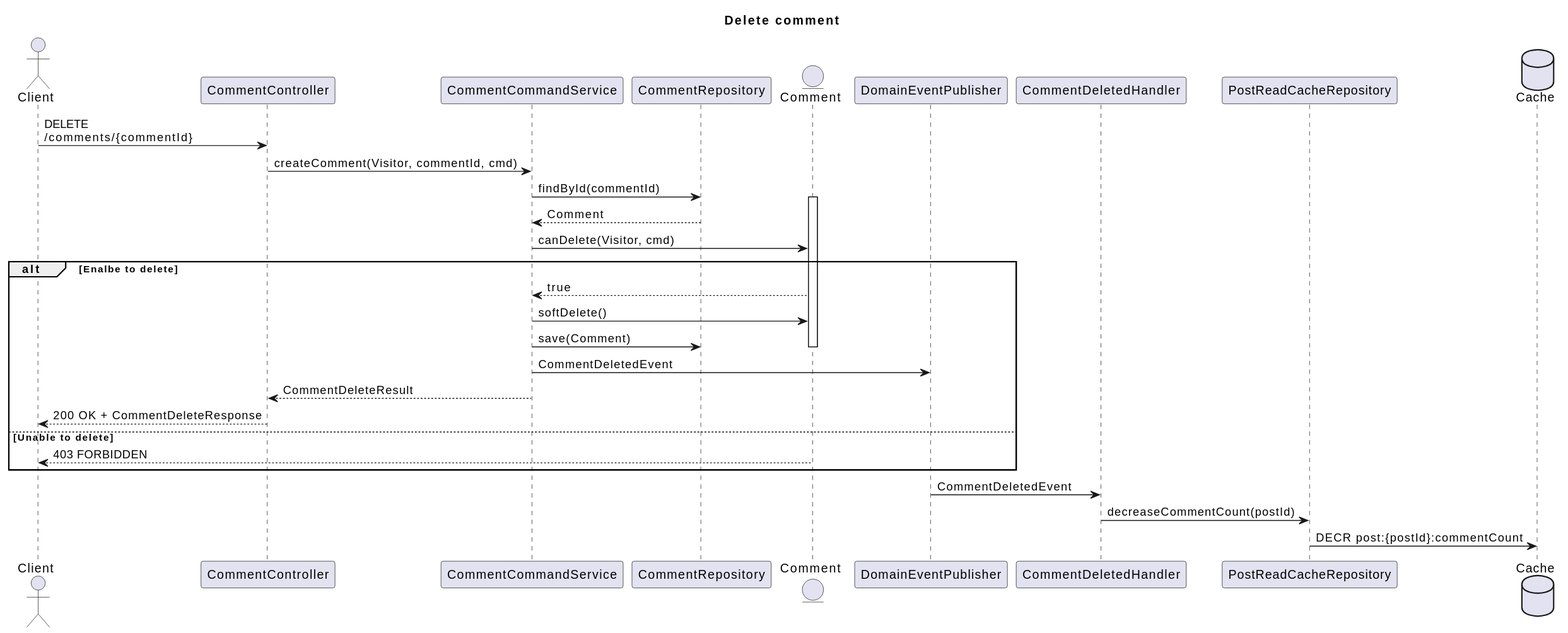
This is document/puml/event/externalAPI/boardContext/commentAggregate/deleteCommentSeq.svg from SimpleBoardTeam/server-hyunchang, a PlantUML export, as it was before one commit. The source it was exported from:
```plantuml
@startuml
title Delete comment

actor Client
participant CommentController
participant CommentCommandService
participant CommentRepository
entity      Comment
participant DomainEventPublisher
participant CommentDeletedHandler
participant PostReadCacheRepository
database Cache

Client -> CommentController : DELETE\n/comments/{commentId}
CommentController -> CommentCommandService : createComment(Visitor, commentId, cmd)
CommentCommandService -> CommentRepository : findById(commentId)
activate Comment
CommentRepository --> CommentCommandService : Comment
CommentCommandService -> Comment : canDelete(Visitor, cmd)
alt Enalbe to delete
Comment --> CommentCommandService : true

CommentCommandService -> Comment : softDelete()
CommentCommandService -> CommentRepository : save(Comment)
deactivate Comment

CommentCommandService -> DomainEventPublisher : CommentDeletedEvent


CommentCommandService --> CommentController : CommentDeleteResult
CommentController --> Client :  200 OK + CommentDeleteResponse
else Unable to delete
Comment --> Client : 403 FORBIDDEN
end

DomainEventPublisher -> CommentDeletedHandler : CommentDeletedEvent
CommentDeletedHandler -> PostReadCacheRepository : decreaseCommentCount(postId)
PostReadCacheRepository -> Cache : DECR post:{postId}:commentCount
@enduml
```
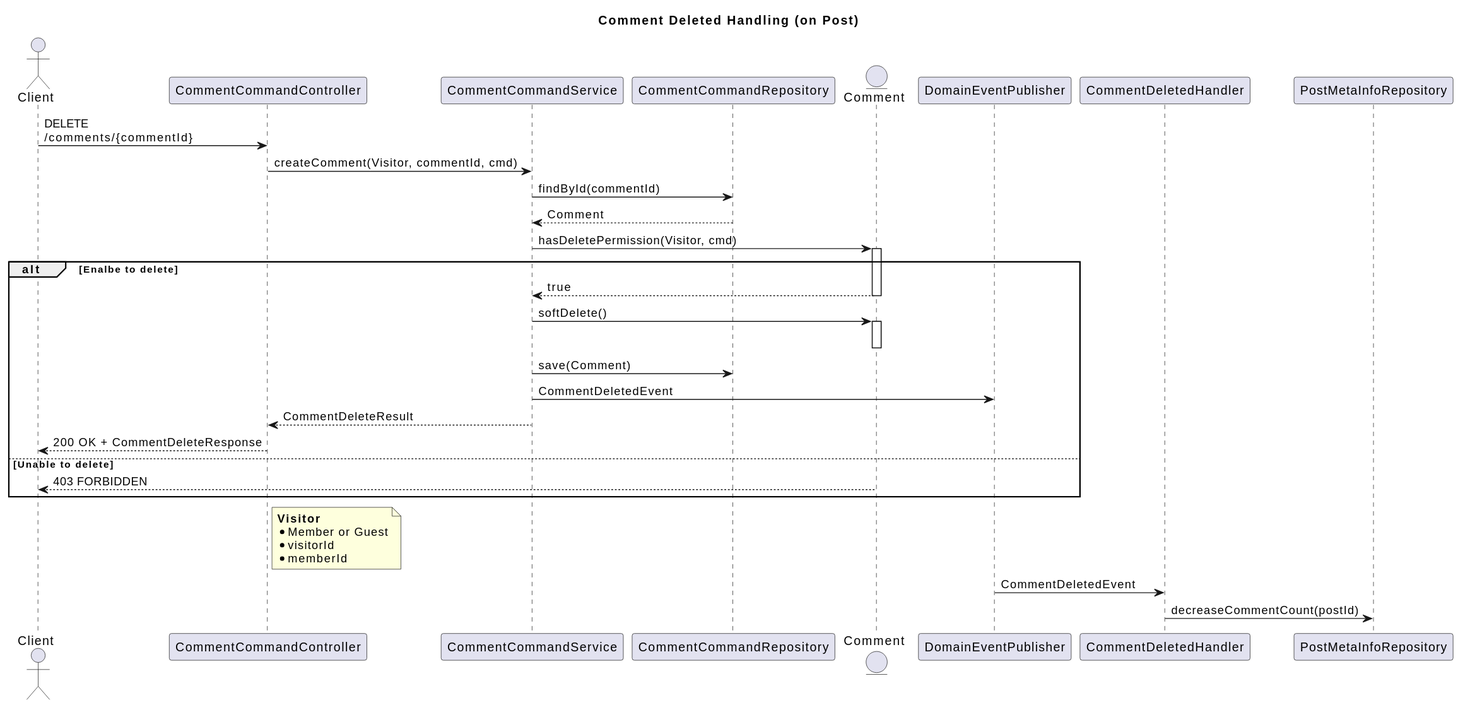
The same diagram one commit later.

What changed in the source:
```diff
@@ -2,38 +2,41 @@
 title Delete comment
 
 actor Client
-participant CommentController
+participant CommentCommandController
 participant CommentCommandService
-participant CommentRepository
+participant CommentCommandRepository
 entity      Comment
 participant DomainEventPublisher
-participant CommentDeletedHandler
-participant PostReadCacheRepository
-database Cache
 
-Client -> CommentController : DELETE\n/comments/{commentId}
-CommentController -> CommentCommandService : createComment(Visitor, commentId, cmd)
-CommentCommandService -> CommentRepository : findById(commentId)
+Client -> CommentCommandController : DELETE\n/comments/{commentId}
+CommentCommandController -> CommentCommandService : createComment(Visitor, commentId, cmd)
+CommentCommandService -> CommentCommandRepository : findById(commentId)
+CommentCommandRepository --> CommentCommandService : Comment
+CommentCommandService -> Comment : hasDeletePermission(Visitor, cmd)
 activate Comment
-CommentRepository --> CommentCommandService : Comment
-CommentCommandService -> Comment : canDelete(Visitor, cmd)
 alt Enalbe to delete
 Comment --> CommentCommandService : true
-
+deactivate Comment
 CommentCommandService -> Comment : softDelete()
-CommentCommandService -> CommentRepository : save(Comment)
+activate Comment
 deactivate Comment
+CommentCommandService -> CommentCommandRepository : save(Comment)
 
 CommentCommandService -> DomainEventPublisher : CommentDeletedEvent
 
 
-CommentCommandService --> CommentController : CommentDeleteResult
-CommentController --> Client :  200 OK + CommentDeleteResponse
+CommentCommandService --> CommentCommandController : CommentDeleteResult
+CommentCommandController --> Client :  200 OK + CommentDeleteResponse
 else Unable to delete
 Comment --> Client : 403 FORBIDDEN
 end
 
-DomainEventPublisher -> CommentDeletedHandler : CommentDeletedEvent
-CommentDeletedHandler -> PostReadCacheRepository : decreaseCommentCount(postId)
-PostReadCacheRepository -> Cache : DECR post:{postId}:commentCount
+note right of CommentCommandController
+<b>Visitor</b>
+* Member or Guest
+* visitorId
+* memberId
+end note
+
+!include ../../../eventHandling/boardContext/postAggregate/CommentDeletedHandle.puml
 @enduml
```
